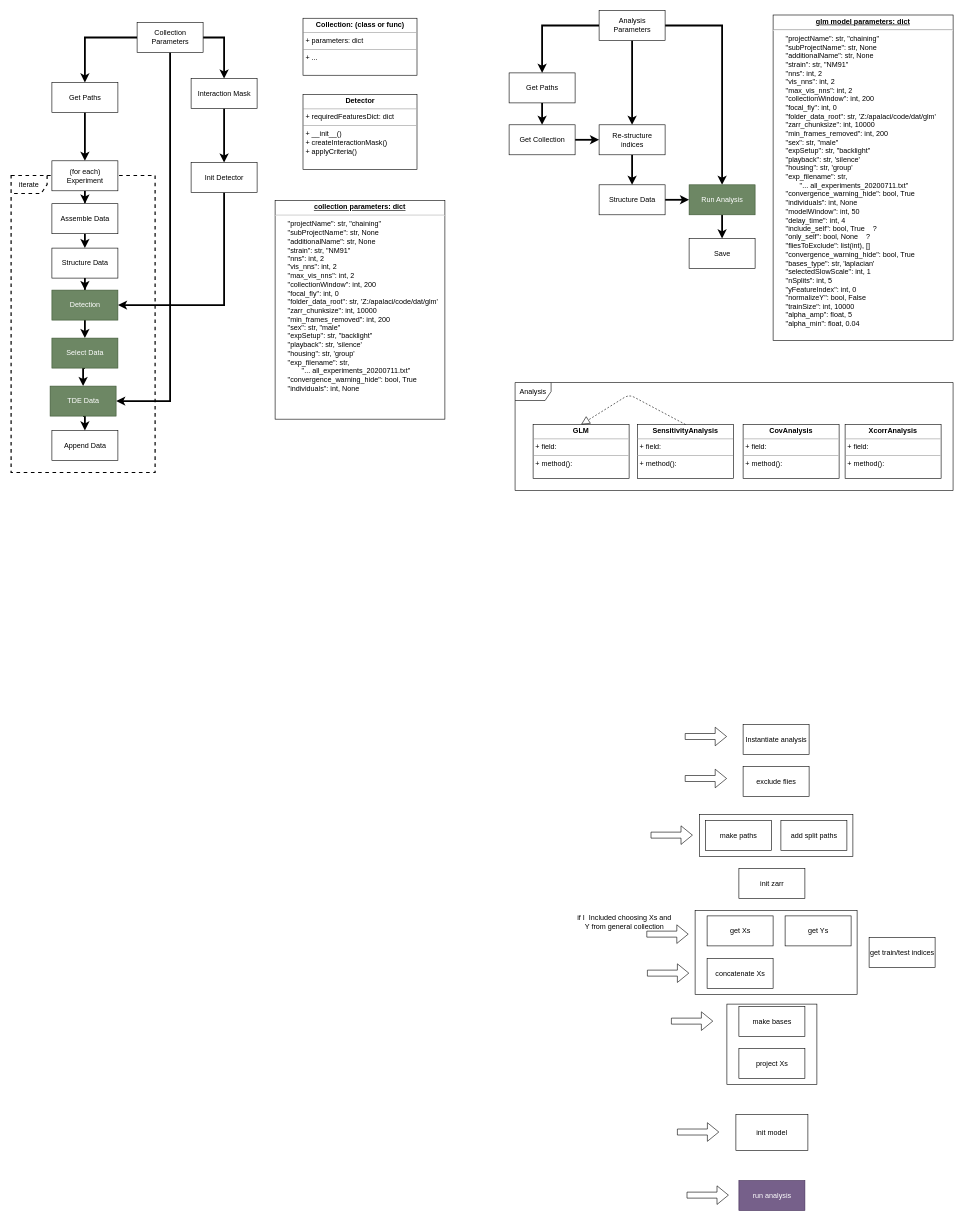
Before: page "collection" (1 of 2) of new_organization.drawio in adpala/sandbox, a draw.io diagram. Source tidied: cells renumbered, new cells numbered last; positions are measured from the earlier drawing's top-left corner, leaving out a move shared by most shapes. Both pictures are drawn from the tidied source at 60%, with x=0, y=0 at pixel (11, 10).
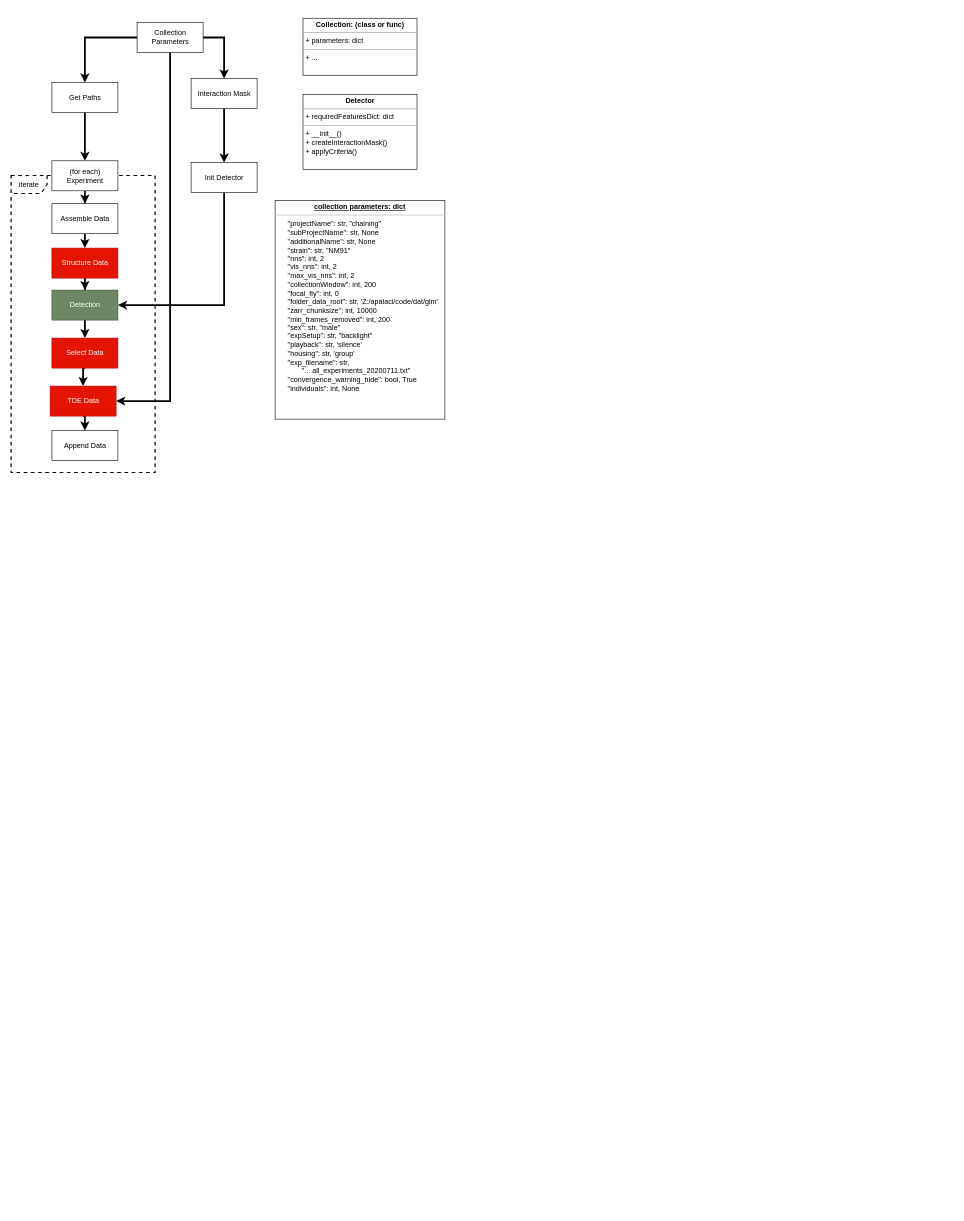
Above is the later version.

What changed in the source:
```diff
@@
-    <mxCell id="2" style="rounded=0;whiteSpace=wrap;html=1;" parent="1" vertex="1">
-      <mxGeometry x="1147" y="1340" width="256" height="70" as="geometry" />
-    </mxCell>
-    <mxCell id="3" style="rounded=0;whiteSpace=wrap;html=1;" parent="1" vertex="1">
-      <mxGeometry x="1193" y="1656" width="150" height="134" as="geometry" />
-    </mxCell>
-    <mxCell id="4" style="rounded=0;whiteSpace=wrap;html=1;" parent="1" vertex="1">
-      <mxGeometry x="1140" y="1500" width="270" height="140" as="geometry" />
-    </mxCell>
@@
-    <mxCell id="6" value="Analysis" style="shape=umlFrame;whiteSpace=wrap;html=1;" parent="1" vertex="1">
-      <mxGeometry x="840" y="620" width="730" height="180" as="geometry" />
-    </mxCell>
-    <mxCell id="7" value="&lt;p style=&quot;margin: 0px ; margin-top: 4px ; text-align: center&quot;&gt;&lt;b&gt;GLM&lt;br&gt;&lt;/b&gt;&lt;/p&gt;&lt;hr size=&quot;1&quot;&gt;&lt;p style=&quot;margin: 0px ; margin-left: 4px&quot;&gt;+ field: &lt;br&gt;&lt;/p&gt;&lt;hr size=&quot;1&quot;&gt;&lt;p style=&quot;margin: 0px ; margin-left: 4px&quot;&gt;+ method(): &lt;br&gt;&lt;/p&gt;" style="verticalAlign=top;align=left;overflow=fill;fontSize=12;fontFamily=Helvetica;html=1;" parent="1" vertex="1">
-      <mxGeometry x="870" y="690" width="160" height="90" as="geometry" />
-    </mxCell>
-    <mxCell id="8" value="&lt;p style=&quot;margin: 0px ; margin-top: 4px ; text-align: center&quot;&gt;&lt;b&gt;SensitivityAnalysis&lt;br&gt;&lt;/b&gt;&lt;/p&gt;&lt;hr size=&quot;1&quot;&gt;&lt;p style=&quot;margin: 0px ; margin-left: 4px&quot;&gt;+ field: &lt;br&gt;&lt;/p&gt;&lt;hr size=&quot;1&quot;&gt;&lt;p style=&quot;margin: 0px ; margin-left: 4px&quot;&gt;+ method(): &lt;br&gt;&lt;/p&gt;" style="verticalAlign=top;align=left;overflow=fill;fontSize=12;fontFamily=Helvetica;html=1;" parent="1" vertex="1">
-      <mxGeometry x="1044" y="690" width="160" height="90" as="geometry" />
-    </mxCell>
-    <mxCell id="9" value="&lt;p style=&quot;margin: 0px ; margin-top: 4px ; text-align: center&quot;&gt;&lt;b&gt;CovAnalysis&lt;br&gt;&lt;/b&gt;&lt;/p&gt;&lt;hr size=&quot;1&quot;&gt;&lt;p style=&quot;margin: 0px ; margin-left: 4px&quot;&gt;+ field: &lt;br&gt;&lt;/p&gt;&lt;hr size=&quot;1&quot;&gt;&lt;p style=&quot;margin: 0px ; margin-left: 4px&quot;&gt;+ method(): &lt;br&gt;&lt;/p&gt;" style="verticalAlign=top;align=left;overflow=fill;fontSize=12;fontFamily=Helvetica;html=1;" parent="1" vertex="1">
-      <mxGeometry x="1220" y="690" width="160" height="90" as="geometry" />
-    </mxCell>
-    <mxCell id="10" value="&lt;p style=&quot;margin: 0px ; margin-top: 4px ; text-align: center&quot;&gt;&lt;b&gt;XcorrAnalysis&lt;br&gt;&lt;/b&gt;&lt;/p&gt;&lt;hr size=&quot;1&quot;&gt;&lt;p style=&quot;margin: 0px ; margin-left: 4px&quot;&gt;+ field: &lt;br&gt;&lt;/p&gt;&lt;hr size=&quot;1&quot;&gt;&lt;p style=&quot;margin: 0px ; margin-left: 4px&quot;&gt;+ method(): &lt;br&gt;&lt;/p&gt;" style="verticalAlign=top;align=left;overflow=fill;fontSize=12;fontFamily=Helvetica;html=1;" parent="1" vertex="1">
-      <mxGeometry x="1390" y="690" width="160" height="90" as="geometry" />
-    </mxCell>
-    <mxCell id="11" style="endArrow=block;dashed=1;endFill=0;endSize=12;html=1;exitX=0.5;exitY=0;exitDx=0;exitDy=0;entryX=0.5;entryY=0;entryDx=0;entryDy=0;" parent="1" edge="1" source="8" target="7">
-      <mxGeometry relative="1" as="geometry">
-        <Array as="points">
-          <mxPoint x="1030" y="640" />
-        </Array>
-      </mxGeometry>
-    </mxCell>
@@
-    <mxCell id="21" value="Structure Data" style="html=1;" parent="1" vertex="1">
+    <mxCell id="21" value="Structure Data" style="html=1;fillColor=#e51400;strokeColor=#B20000;fontColor=#ffffff;" parent="1" vertex="1">
       <mxGeometry x="68" y="396" width="110" height="50" as="geometry" />
     </mxCell>
@@
-    <mxCell id="34" style="edgeStyle=orthogonalEdgeStyle;rounded=0;jettySize=auto;html=1;exitX=0;exitY=0.5;exitDx=0;exitDy=0;entryX=0.5;entryY=0;entryDx=0;entryDy=0;startArrow=none;startFill=0;strokeWidth=3;" parent="1" edge="1" source="37" target="39">
-      <mxGeometry relative="1" as="geometry" />
-    </mxCell>
-    <mxCell id="35" style="edgeStyle=orthogonalEdgeStyle;rounded=0;jettySize=auto;html=1;exitX=0.5;exitY=1;exitDx=0;exitDy=0;entryX=0.5;entryY=0;entryDx=0;entryDy=0;startArrow=none;startFill=0;strokeWidth=3;" parent="1" edge="1" source="37" target="46">
-      <mxGeometry relative="1" as="geometry" />
-    </mxCell>
-    <mxCell id="36" style="edgeStyle=orthogonalEdgeStyle;rounded=0;jettySize=auto;html=1;exitX=1;exitY=0.5;exitDx=0;exitDy=0;startArrow=none;startFill=0;strokeWidth=3;" parent="1" edge="1" source="37" target="48">
-      <mxGeometry relative="1" as="geometry" />
-    </mxCell>
-    <mxCell id="37" value="&lt;div&gt;Analysis&lt;br&gt;&lt;/div&gt;&lt;div&gt;Parameters&lt;/div&gt;" style="html=1;" parent="1" vertex="1">
-      <mxGeometry x="980" width="110" height="50" as="geometry" />
-    </mxCell>
-    <mxCell id="38" style="edgeStyle=orthogonalEdgeStyle;rounded=0;jettySize=auto;html=1;exitX=0.5;exitY=1;exitDx=0;exitDy=0;entryX=0.5;entryY=0;entryDx=0;entryDy=0;startArrow=none;startFill=0;strokeWidth=3;" parent="1" edge="1" source="39" target="41">
-      <mxGeometry relative="1" as="geometry" />
-    </mxCell>
-    <mxCell id="39" value="Get Paths" style="html=1;" parent="1" vertex="1">
-      <mxGeometry x="830" y="104" width="110" height="50" as="geometry" />
-    </mxCell>
-    <mxCell id="40" style="edgeStyle=orthogonalEdgeStyle;rounded=0;jettySize=auto;html=1;exitX=1;exitY=0.5;exitDx=0;exitDy=0;startArrow=none;startFill=0;strokeWidth=3;" parent="1" edge="1" source="41" target="46">
-      <mxGeometry relative="1" as="geometry" />
-    </mxCell>
-    <mxCell id="41" value="Get Collection" style="html=1;" parent="1" vertex="1">
-      <mxGeometry x="830" y="190.5" width="110" height="50" as="geometry" />
-    </mxCell>
-    <mxCell id="42" style="edgeStyle=orthogonalEdgeStyle;rounded=0;jettySize=auto;html=1;exitX=1;exitY=0.5;exitDx=0;exitDy=0;entryX=0;entryY=0.5;entryDx=0;entryDy=0;startArrow=none;startFill=0;strokeWidth=3;" parent="1" edge="1" source="43" target="48">
-      <mxGeometry relative="1" as="geometry" />
-    </mxCell>
-    <mxCell id="43" value="Structure Data" style="html=1;" parent="1" vertex="1">
-      <mxGeometry x="980" y="290.5" width="110" height="50" as="geometry" />
-    </mxCell>
-    <mxCell id="44" value="Save" style="html=1;" parent="1" vertex="1">
-      <mxGeometry x="1130" y="380" width="110" height="50" as="geometry" />
-    </mxCell>
-    <mxCell id="45" style="edgeStyle=orthogonalEdgeStyle;rounded=0;jettySize=auto;html=1;exitX=0.5;exitY=1;exitDx=0;exitDy=0;entryX=0.5;entryY=0;entryDx=0;entryDy=0;startArrow=none;startFill=0;strokeWidth=3;" parent="1" edge="1" source="46" target="43">
-      <mxGeometry relative="1" as="geometry" />
-    </mxCell>
-    <mxCell id="46" value="&lt;div&gt;Re-structure&lt;/div&gt;&lt;div&gt;indices&lt;/div&gt;" style="html=1;" parent="1" vertex="1">
-      <mxGeometry x="980" y="190.5" width="110" height="50" as="geometry" />
-    </mxCell>
-    <mxCell id="47" style="edgeStyle=orthogonalEdgeStyle;rounded=0;jettySize=auto;html=1;exitX=0.5;exitY=1;exitDx=0;exitDy=0;startArrow=none;startFill=0;strokeWidth=3;" parent="1" edge="1" source="48" target="44">
-      <mxGeometry relative="1" as="geometry" />
-    </mxCell>
-    <mxCell id="48" value="Run Analysis" style="html=1;fillColor=#6d8764;strokeColor=#3A5431;fontColor=#ffffff;" parent="1" vertex="1">
-      <mxGeometry x="1130" y="290.5" width="110" height="50" as="geometry" />
-    </mxCell>
@@
-    <mxCell id="50" value="Select Data" style="html=1;fillColor=#6d8764;strokeColor=#3A5431;fontColor=#ffffff;" parent="1" vertex="1">
+    <mxCell id="50" value="Select Data" style="html=1;fillColor=#e51400;strokeColor=#B20000;fontColor=#ffffff;" parent="1" vertex="1">
       <mxGeometry x="68" y="546" width="110" height="50" as="geometry" />
     </mxCell>
@@
-    <mxCell id="52" value="TDE Data" style="html=1;fillColor=#6d8764;strokeColor=#3A5431;fontColor=#ffffff;" parent="1" vertex="1">
+    <mxCell id="52" value="TDE Data" style="html=1;fillColor=#e51400;strokeColor=#B20000;fontColor=#ffffff;" parent="1" vertex="1">
       <mxGeometry x="65" y="626" width="110" height="50" as="geometry" />
     </mxCell>
-    <mxCell id="53" value="&lt;p style=&quot;margin: 0px ; margin-top: 4px ; text-align: center ; text-decoration: underline&quot;&gt;&lt;b&gt;glm model parameters: dict&lt;br&gt;&lt;/b&gt;&lt;/p&gt;&lt;hr&gt;&lt;p style=&quot;margin: 0px ; margin-left: 8px&quot;&gt;&amp;nbsp;&amp;nbsp;&amp;nbsp; &quot;projectName&quot;: str, &quot;chaining&quot;&lt;br&gt;&amp;nbsp;&amp;nbsp;&amp;nbsp; &quot;subProjectName&quot;: str, None&lt;br&gt;&amp;nbsp;&amp;nbsp;&amp;nbsp; &quot;additionalName&quot;: str, None&lt;br&gt;&amp;nbsp;&amp;nbsp;&amp;nbsp; &quot;strain&quot;: str, &quot;NM91&quot;&lt;br&gt;&amp;nbsp;&amp;nbsp;&amp;nbsp; &quot;nns&quot;: int, 2&lt;br&gt;&amp;nbsp;&amp;nbsp;&amp;nbsp; &quot;vis_nns&quot;: int, 2&lt;br&gt;&amp;nbsp;&amp;nbsp;&amp;nbsp; &quot;max_vis_nns&quot;: int, 2&lt;br&gt;&amp;nbsp;&amp;nbsp;&amp;nbsp; &quot;collectionWindow&quot;: int, 200&lt;br&gt;&amp;nbsp;&amp;nbsp;&amp;nbsp; &quot;focal_fly&quot;: int, 0&lt;br&gt;&amp;nbsp;&amp;nbsp;&amp;nbsp; &quot;folder_data_root&quot;: str, 'Z:/apalaci/code/dat/glm'&lt;br&gt;&amp;nbsp;&amp;nbsp;&amp;nbsp; &quot;zarr_chunksize&quot;: int, 10000&lt;br&gt;&amp;nbsp;&amp;nbsp;&amp;nbsp; &quot;min_frames_removed&quot;: int, 200&lt;br&gt;&amp;nbsp;&amp;nbsp;&amp;nbsp; &quot;sex&quot;: str, &quot;male&quot;&lt;br&gt;&amp;nbsp;&amp;nbsp;&amp;nbsp; &quot;expSetup&quot;: str, &quot;backlight&quot;&lt;br&gt;&amp;nbsp;&amp;nbsp;&amp;nbsp; &quot;playback&quot;: str, 'silence'&lt;br&gt;&amp;nbsp;&amp;nbsp;&amp;nbsp; &quot;housing&quot;: str, 'group'&lt;br&gt;&amp;nbsp;&amp;nbsp;&amp;nbsp; &quot;exp_filename&quot;: str,&lt;br&gt;&lt;/p&gt;&lt;p style=&quot;margin: 0px ; margin-left: 8px&quot;&gt;&amp;nbsp;&amp;nbsp;&amp;nbsp;&amp;nbsp;&amp;nbsp;&amp;nbsp;&amp;nbsp;&amp;nbsp;&amp;nbsp;&amp;nbsp; &quot;... all_experiments_20200711.txt&quot;&lt;br&gt;&amp;nbsp;&amp;nbsp;&amp;nbsp; &quot;convergence_warning_hide&quot;: bool, True&lt;br&gt;&amp;nbsp;&amp;nbsp;&amp;nbsp; &quot;individuals&quot;: int, None&lt;/p&gt;&lt;p style=&quot;margin: 0px ; margin-left: 8px&quot;&gt;&amp;nbsp;&amp;nbsp;&amp;nbsp; &quot;modelWindow&quot;: int, 50&lt;/p&gt;&lt;p style=&quot;margin: 0px ; margin-left: 8px&quot;&gt;&amp;nbsp;&amp;nbsp;&amp;nbsp; &quot;delay_time&quot;: int, 4&lt;br&gt;&amp;nbsp;&amp;nbsp;&amp;nbsp; &quot;include_self&quot;: bool, True&amp;nbsp;&amp;nbsp;&amp;nbsp; ?&lt;br&gt;&amp;nbsp;&amp;nbsp;&amp;nbsp; &quot;only_self&quot;: bool, None&amp;nbsp;&amp;nbsp;&amp;nbsp; ?&lt;br&gt;&amp;nbsp;&amp;nbsp;&amp;nbsp; &quot;fliesToExclude&quot;: list(int), []&lt;br&gt;&amp;nbsp;&amp;nbsp;&amp;nbsp; &quot;convergence_warning_hide&quot;: bool, True&lt;br&gt;&amp;nbsp;&amp;nbsp;&amp;nbsp; &quot;bases_type&quot;: str, 'laplacian'&lt;br&gt;&amp;nbsp;&amp;nbsp;&amp;nbsp; &quot;selectedSlowScale&quot;: int, 1&lt;br&gt;&amp;nbsp;&amp;nbsp;&amp;nbsp; &quot;nSplits&quot;: int, 5&lt;br&gt;&amp;nbsp;&amp;nbsp;&amp;nbsp; &quot;yFeatureIndex&quot;: int, 0&lt;br&gt;&amp;nbsp;&amp;nbsp;&amp;nbsp; &quot;normalizeY&quot;: bool, False&lt;br&gt;&amp;nbsp;&amp;nbsp;&amp;nbsp; &quot;trainSize&quot;: int, 10000&lt;br&gt;&amp;nbsp;&amp;nbsp;&amp;nbsp; &quot;alpha_amp&quot;: float, 5&lt;br&gt;&amp;nbsp;&amp;nbsp;&amp;nbsp; &quot;alpha_min&quot;: float, 0.04&lt;br&gt;&lt;/p&gt;" style="verticalAlign=top;align=left;overflow=fill;fontSize=12;fontFamily=Helvetica;html=1;strokeWidth=1;" parent="1" vertex="1">
-      <mxGeometry x="1270" y="7.5" width="300" height="542.5" as="geometry" />
-    </mxCell>
-    <mxCell id="54" value="exclude flies" style="html=1;" parent="1" vertex="1">
-      <mxGeometry x="1220" y="1260" width="110" height="50" as="geometry" />
-    </mxCell>
-    <mxCell id="55" value="Instantiate analysis" style="html=1;" parent="1" vertex="1">
-      <mxGeometry x="1220" y="1190" width="110" height="50" as="geometry" />
-    </mxCell>
-    <mxCell id="56" value="make paths" style="html=1;" parent="1" vertex="1">
-      <mxGeometry x="1157" y="1350" width="110" height="50" as="geometry" />
-    </mxCell>
-    <mxCell id="57" value="add split paths" style="html=1;" parent="1" vertex="1">
-      <mxGeometry x="1283" y="1350" width="110" height="50" as="geometry" />
-    </mxCell>
-    <mxCell id="58" value="init zarr" style="html=1;" parent="1" vertex="1">
-      <mxGeometry x="1213" y="1430" width="110" height="50" as="geometry" />
-    </mxCell>
-    <mxCell id="59" value="make bases" style="html=1;" parent="1" vertex="1">
-      <mxGeometry x="1213" y="1660" width="110" height="50" as="geometry" />
-    </mxCell>
-    <mxCell id="60" value="get Xs" style="html=1;" parent="1" vertex="1">
-      <mxGeometry x="1160" y="1509" width="110" height="50" as="geometry" />
-    </mxCell>
-    <mxCell id="61" value="get Ys" style="html=1;" parent="1" vertex="1">
-      <mxGeometry x="1290" y="1509" width="110" height="50" as="geometry" />
-    </mxCell>
-    <mxCell id="62" value="concatenate Xs" style="html=1;" parent="1" vertex="1">
-      <mxGeometry x="1160" y="1580" width="110" height="50" as="geometry" />
-    </mxCell>
-    <mxCell id="63" value="project Xs" style="html=1;" parent="1" vertex="1">
-      <mxGeometry x="1213" y="1730" width="110" height="50" as="geometry" />
-    </mxCell>
-    <mxCell id="64" value="get train/test indices" style="html=1;" parent="1" vertex="1">
-      <mxGeometry x="1430" y="1545" width="110" height="50" as="geometry" />
-    </mxCell>
-    <mxCell id="65" value="run analysis" style="html=1;fillColor=#76608a;strokeColor=#432D57;fontColor=#ffffff;" parent="1" vertex="1">
-      <mxGeometry x="1213" y="1950" width="110" height="50" as="geometry" />
-    </mxCell>
-    <mxCell id="66" style="shape=flexArrow;endArrow=classic;html=1;" parent="1" edge="1">
-      <mxGeometry relative="1" as="geometry">
-        <mxPoint x="1123" y="1280" as="sourcePoint" />
-        <mxPoint x="1193" y="1280" as="targetPoint" />
-      </mxGeometry>
-    </mxCell>
-    <mxCell id="67" style="shape=flexArrow;endArrow=classic;html=1;" parent="1" edge="1">
-      <mxGeometry relative="1" as="geometry">
-        <mxPoint x="1066" y="1374.4" as="sourcePoint" />
-        <mxPoint x="1136" y="1374.4" as="targetPoint" />
-      </mxGeometry>
-    </mxCell>
-    <mxCell id="68" style="shape=flexArrow;endArrow=classic;html=1;" parent="1" edge="1">
-      <mxGeometry relative="1" as="geometry">
-        <mxPoint x="1123" y="1210" as="sourcePoint" />
-        <mxPoint x="1193" y="1210" as="targetPoint" />
-      </mxGeometry>
-    </mxCell>
-    <mxCell id="69" style="shape=flexArrow;endArrow=classic;html=1;" parent="1" edge="1">
-      <mxGeometry relative="1" as="geometry">
-        <mxPoint x="1059" y="1539.4" as="sourcePoint" />
-        <mxPoint x="1129" y="1539.4" as="targetPoint" />
-      </mxGeometry>
-    </mxCell>
-    <mxCell id="70" value="if I&amp;nbsp; Included choosing Xs and Y from general collection" style="text;html=1;strokeColor=none;fillColor=none;align=center;verticalAlign=middle;whiteSpace=wrap;rounded=0;" parent="1" vertex="1">
-      <mxGeometry x="940" y="1500" width="165" height="39" as="geometry" />
-    </mxCell>
-    <mxCell id="71" style="shape=flexArrow;endArrow=classic;html=1;" parent="1" edge="1">
-      <mxGeometry relative="1" as="geometry">
-        <mxPoint x="1100" y="1684.4" as="sourcePoint" />
-        <mxPoint x="1170" y="1684.4" as="targetPoint" />
-      </mxGeometry>
-    </mxCell>
-    <mxCell id="72" style="shape=flexArrow;endArrow=classic;html=1;" parent="1" edge="1">
-      <mxGeometry relative="1" as="geometry">
-        <mxPoint x="1060" y="1604.4" as="sourcePoint" />
-        <mxPoint x="1130" y="1604.4" as="targetPoint" />
-      </mxGeometry>
-    </mxCell>
-    <mxCell id="73" style="shape=flexArrow;endArrow=classic;html=1;" parent="1" edge="1">
-      <mxGeometry relative="1" as="geometry">
-        <mxPoint x="1126" y="1974.4" as="sourcePoint" />
-        <mxPoint x="1196" y="1974.4" as="targetPoint" />
-      </mxGeometry>
-    </mxCell>
-    <mxCell id="74" value="init model" style="rounded=0;whiteSpace=wrap;html=1;" parent="1" vertex="1">
-      <mxGeometry x="1208" y="1840" width="120" height="60" as="geometry" />
-    </mxCell>
-    <mxCell id="75" style="shape=flexArrow;endArrow=classic;html=1;" parent="1" edge="1">
-      <mxGeometry relative="1" as="geometry">
-        <mxPoint x="1110" y="1869.2" as="sourcePoint" />
-        <mxPoint x="1180" y="1869.2" as="targetPoint" />
-      </mxGeometry>
-    </mxCell>
```
